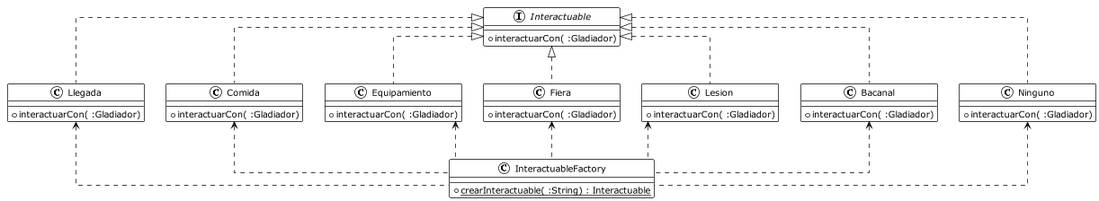
The PlantUML diagram diagrams/classes/clase_interactuable.png in lautiland/TP2-ALGO3-ALGOROMA, before a commit.
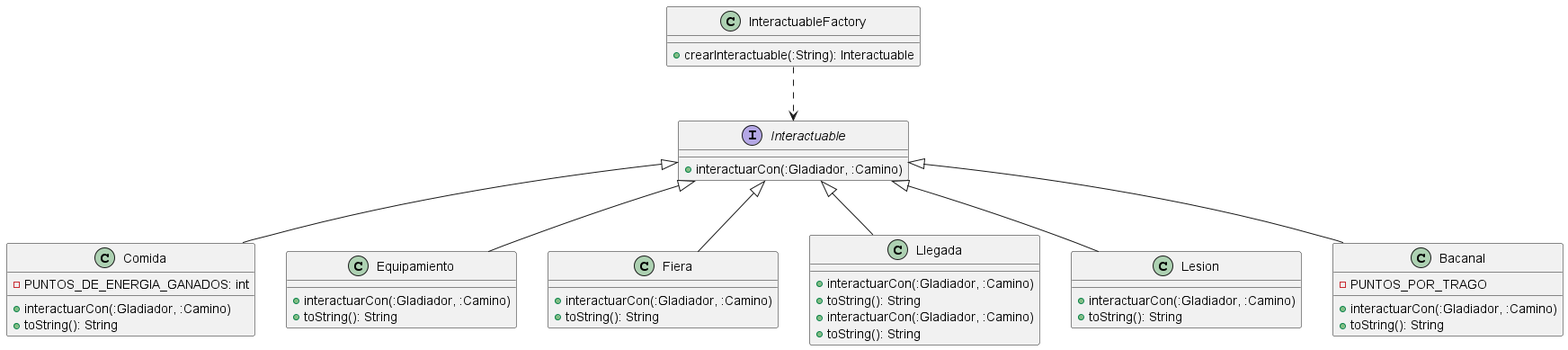
The same file after the commit.

The edit, as a diff of the source:
```diff
@@ -1,58 +1,57 @@
 @startuml
-!theme plain
-skinparam linetype ortho
 
-
-class InteractuableFactory {
-    + {static} crearInteractuable( :String) : Interactuable
+class Comida {
+    - PUNTOS_DE_ENERGIA_GANADOS: int
+    + interactuarCon(:Gladiador, :Camino)
+    + toString(): String
 }
 
-class Ninguno {
-    + interactuarCon( :Gladiador)
+class Equipamiento{
+    + interactuarCon(:Gladiador, :Camino)
+    + toString(): String
+}
+
+class Fiera {
+    + interactuarCon(:Gladiador, :Camino)
+    + toString(): String
+}
+
+class Llegada {
+    + interactuarCon(:Gladiador, :Camino)
+    + toString(): String
+}
+
+class Lesion {
+    + interactuarCon(:Gladiador, :Camino)
+    + toString(): String
 }
 
 class Bacanal {
-    + interactuarCon( :Gladiador)
-}
-
-class Lesion {
-    + interactuarCon( :Gladiador)
-}
-
-class Fiera {
-    + interactuarCon( :Gladiador)
-}
-
-class Equipamiento {
-    + interactuarCon( :Gladiador)
-}
-
-class Comida {
-    + interactuarCon( :Gladiador)
+    - PUNTOS_POR_TRAGO
+    + interactuarCon(:Gladiador, :Camino)
+    + toString(): String
 }
 
 class Llegada {
-    + interactuarCon( :Gladiador)
+    + interactuarCon(:Gladiador, :Camino)
+    + toString(): String
 }
 
-interface Interactuable{
-    + interactuarCon( :Gladiador)
+interface Interactuable {
+    + interactuarCon(:Gladiador, :Camino)
 }
 
-InteractuableFactory .u.> Ninguno
-InteractuableFactory .u.> Bacanal
-InteractuableFactory .u.> Lesion
-InteractuableFactory .u.> Fiera
-InteractuableFactory .u.> Equipamiento
-InteractuableFactory .u.> Comida
-InteractuableFactory .u.> Llegada
+class InteractuableFactory {
+    + crearInteractuable(:String): Interactuable
+}
 
-Interactuable <|.. Bacanal
-Interactuable <|.. Lesion
-Interactuable <|.. Comida
-Interactuable <|.. Ninguno
-Interactuable <|.. Fiera
-Interactuable <|.. Equipamiento
-Interactuable <|.. Llegada
+Interactuable <|-- Comida
+Interactuable <|-- Bacanal
+Interactuable <|-- Equipamiento
+Interactuable <|-- Fiera
+Interactuable <|-- Llegada
+Interactuable <|-- Lesion
+
+InteractuableFactory ..> Interactuable
 
 @enduml
```
